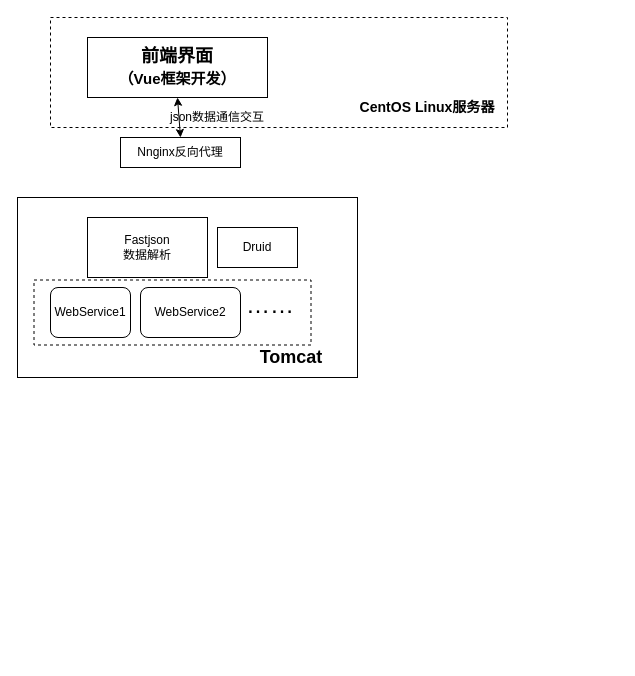
Above: Diagram.drawio in ciky1210/MachineLearning_Ng (draw.io), before the change. Source tidied: cells renumbered, new cells numbered last; positions are measured from the earlier drawing's top-left corner, leaving out a move shared by most shapes. Both pictures are drawn from the tidied source at 100%, with x=0, y=0 at pixel (17, 17).
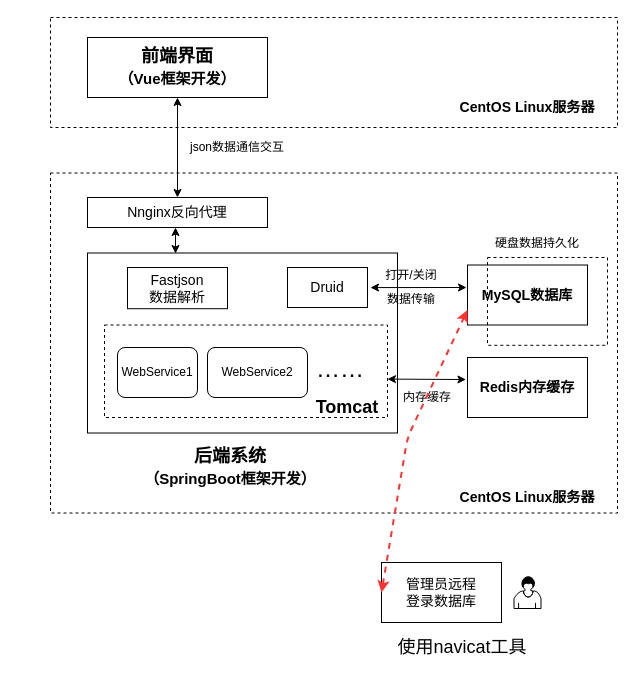
The same diagram, later.

What changed in the source:
```diff
@@
+    <mxCell id="16" style="rounded=0;whiteSpace=wrap;html=1;shadow=0;strokeColor=#000000;strokeWidth=1;fillColor=none;dashed=1;" parent="1" vertex="1">
+      <mxGeometry x="33" y="155.5" width="567" height="340" as="geometry" />
+    </mxCell>
     <mxCell id="2" style="rounded=0;whiteSpace=wrap;html=1;shadow=0;strokeColor=#000000;strokeWidth=1;fillColor=none;dashed=1;" parent="1" vertex="1">
-      <mxGeometry x="33" width="457" height="110" as="geometry" />
+      <mxGeometry x="33" width="567" height="110" as="geometry" />
     </mxCell>
@@
-    <mxCell id="4" value="Nnginx反向代理" style="rounded=0;whiteSpace=wrap;html=1;" parent="1" vertex="1">
-      <mxGeometry x="103" y="120" width="120" height="30" as="geometry" />
+    <mxCell id="4" value="&lt;font style=&quot;font-size: 14px&quot;&gt;Nnginx反向代理&lt;/font&gt;" style="rounded=0;whiteSpace=wrap;html=1;" parent="1" vertex="1">
+      <mxGeometry x="70" y="180" width="180" height="30" as="geometry" />
     </mxCell>
@@
     <mxCell id="6" value="json数据通信交互" style="text;html=1;strokeColor=none;fillColor=none;align=center;verticalAlign=middle;whiteSpace=wrap;rounded=0;" parent="1" vertex="1">
-      <mxGeometry x="150" y="90" width="100" height="20" as="geometry" />
+      <mxGeometry x="170" y="120" width="100" height="20" as="geometry" />
     </mxCell>
     <mxCell id="7" style="rounded=0;whiteSpace=wrap;html=1;" parent="1" vertex="1">
-      <mxGeometry y="180" width="340" height="180" as="geometry" />
+      <mxGeometry x="70" y="235.5" width="310" height="180" as="geometry" />
     </mxCell>
-    <mxCell id="8" value="Fastjson&lt;br&gt;数据解析" style="rounded=0;whiteSpace=wrap;html=1;" parent="1" vertex="1">
-      <mxGeometry x="70" y="200" width="120" height="60" as="geometry" />
+    <mxCell id="8" value="&lt;font style=&quot;font-size: 14px&quot;&gt;Fastjson&lt;br&gt;数据解析&lt;/font&gt;" style="rounded=0;whiteSpace=wrap;html=1;" parent="1" vertex="1">
+      <mxGeometry x="110" y="250" width="100" height="41.2" as="geometry" />
     </mxCell>
-    <mxCell id="9" value="Druid" style="rounded=0;whiteSpace=wrap;html=1;" parent="1" vertex="1">
-      <mxGeometry x="200" y="210" width="80" height="40" as="geometry" />
+    <mxCell id="9" value="&lt;font style=&quot;font-size: 14px&quot;&gt;Druid&lt;/font&gt;" style="rounded=0;whiteSpace=wrap;html=1;" parent="1" vertex="1">
+      <mxGeometry x="270" y="250" width="80" height="40" as="geometry" />
     </mxCell>
     <mxCell id="10" style="whiteSpace=wrap;html=1;dashed=1;" parent="1" vertex="1">
-      <mxGeometry x="16.5" y="262.5" width="277" height="65" as="geometry" />
+      <mxGeometry x="87" y="307.5" width="283" height="92.5" as="geometry" />
     </mxCell>
     <mxCell id="11" value="WebService1" style="rounded=1;whiteSpace=wrap;html=1;" parent="1" vertex="1">
-      <mxGeometry x="33" y="270" width="80" height="50" as="geometry" />
+      <mxGeometry x="100" y="330" width="80" height="50" as="geometry" />
     </mxCell>
     <mxCell id="12" value="WebService2" style="rounded=1;whiteSpace=wrap;html=1;" parent="1" vertex="1">
-      <mxGeometry x="123" y="270" width="100" height="50" as="geometry" />
+      <mxGeometry x="190" y="330" width="100" height="50" as="geometry" />
     </mxCell>
     <mxCell id="13" value="&lt;font style=&quot;font-size: 24px&quot;&gt;……&lt;/font&gt;" style="text;html=1;strokeColor=none;fillColor=none;align=center;verticalAlign=middle;whiteSpace=wrap;rounded=0;" parent="1" vertex="1">
-      <mxGeometry x="233" y="278" width="40" height="20" as="geometry" />
+      <mxGeometry x="303" y="341.5" width="40" height="20" as="geometry" />
     </mxCell>
     <mxCell id="14" value="&lt;b&gt;&lt;font style=&quot;font-size: 18px&quot;&gt;Tomcat&lt;/font&gt;&lt;/b&gt;" style="text;html=1;strokeColor=none;fillColor=none;align=center;verticalAlign=middle;whiteSpace=wrap;rounded=0;shadow=1;dashed=1;opacity=0;" parent="1" vertex="1">
-      <mxGeometry x="253.5" y="330" width="40" height="20" as="geometry" />
+      <mxGeometry x="310" y="380" width="40" height="20" as="geometry" />
     </mxCell>
     <mxCell id="15" value="&lt;h3&gt;CentOS Linux服务器&lt;/h3&gt;" style="text;html=1;strokeColor=none;fillColor=none;align=center;verticalAlign=middle;whiteSpace=wrap;rounded=0;shadow=0;dashed=1;" parent="1" vertex="1">
-      <mxGeometry x="340" y="80" width="140" height="20" as="geometry" />
+      <mxGeometry x="440" y="80" width="140" height="20" as="geometry" />
     </mxCell>
+    <mxCell id="17" value="&lt;h3&gt;CentOS Linux服务器&lt;/h3&gt;" style="text;html=1;strokeColor=none;fillColor=none;align=center;verticalAlign=middle;whiteSpace=wrap;rounded=0;shadow=0;dashed=1;" parent="1" vertex="1">
+      <mxGeometry x="440" y="470" width="140" height="20" as="geometry" />
+    </mxCell>
+    <mxCell id="18" value="&lt;h2&gt;后端系统&lt;br&gt;&lt;font style=&quot;font-size: 15px&quot;&gt;（SpringBoot框架开发）&lt;/font&gt;&lt;/h2&gt;" style="rounded=0;whiteSpace=wrap;html=1;strokeColor=none;" parent="1" vertex="1">
+      <mxGeometry x="123" y="420" width="180" height="60" as="geometry" />
+    </mxCell>
+    <mxCell id="19" style="endArrow=classic;startArrow=classic;html=1;entryX=0.5;entryY=1;entryDx=0;entryDy=0;" parent="1" edge="1">
+      <mxGeometry relative="1" as="geometry">
+        <mxPoint x="158" y="236" as="sourcePoint" />
+        <mxPoint x="158" y="210" as="targetPoint" />
+      </mxGeometry>
+    </mxCell>
+    <mxCell id="20" style="endArrow=classic;startArrow=classic;html=1;" parent="1" edge="1">
+      <mxGeometry relative="1" as="geometry">
+        <mxPoint x="353" y="270.1" as="sourcePoint" />
+        <mxPoint x="449" y="270" as="targetPoint" />
+      </mxGeometry>
+    </mxCell>
+    <mxCell id="21" value="&lt;h3&gt;MySQL数据库&lt;/h3&gt;" style="rounded=0;whiteSpace=wrap;html=1;shadow=0;strokeColor=#000000;strokeWidth=1;fillColor=none;" parent="1" vertex="1">
+      <mxGeometry x="450" y="247.5" width="120" height="60" as="geometry" />
+    </mxCell>
+    <mxCell id="22" value="打开/关闭" style="text;html=1;strokeColor=none;fillColor=none;align=center;verticalAlign=middle;whiteSpace=wrap;rounded=0;shadow=0;" parent="1" vertex="1">
+      <mxGeometry x="363.5" y="248" width="60" height="20" as="geometry" />
+    </mxCell>
+    <mxCell id="23" value="数据传输" style="text;html=1;strokeColor=none;fillColor=none;align=center;verticalAlign=middle;whiteSpace=wrap;rounded=0;shadow=0;" parent="1" vertex="1">
+      <mxGeometry x="364" y="272" width="60" height="20" as="geometry" />
+    </mxCell>
+    <mxCell id="24" style="rounded=0;whiteSpace=wrap;html=1;shadow=0;strokeColor=#000000;strokeWidth=1;fillColor=none;dashed=1;" parent="1" vertex="1">
+      <mxGeometry x="470" y="240" width="120" height="87.8" as="geometry" />
+    </mxCell>
+    <mxCell id="25" value="硬盘数据持久化" style="text;html=1;strokeColor=none;fillColor=none;align=center;verticalAlign=middle;whiteSpace=wrap;rounded=0;shadow=0;dashed=1;" parent="1" vertex="1">
+      <mxGeometry x="470" y="215.5" width="100" height="20" as="geometry" />
+    </mxCell>
+    <mxCell id="26" value="&lt;h3&gt;Redis内存缓存&lt;/h3&gt;" style="rounded=0;whiteSpace=wrap;html=1;shadow=0;strokeColor=#000000;strokeWidth=1;fillColor=none;" parent="1" vertex="1">
+      <mxGeometry x="450" y="340" width="120" height="60" as="geometry" />
+    </mxCell>
+    <mxCell id="27" style="endArrow=classic;startArrow=classic;html=1;entryX=-0.013;entryY=0.367;entryDx=0;entryDy=0;entryPerimeter=0;" parent="1" edge="1" target="26">
+      <mxGeometry relative="1" as="geometry">
+        <mxPoint x="370" y="361.6" as="sourcePoint" />
+      </mxGeometry>
+    </mxCell>
+    <mxCell id="28" value="内存缓存" style="text;html=1;strokeColor=none;fillColor=none;align=center;verticalAlign=middle;whiteSpace=wrap;rounded=0;shadow=0;" parent="1" vertex="1">
+      <mxGeometry x="380" y="370" width="60" height="20" as="geometry" />
+    </mxCell>
+    <mxCell id="29" value="&lt;font style=&quot;font-size: 14px&quot;&gt;管理员远程&lt;br&gt;登录数据库&lt;/font&gt;" style="rounded=0;whiteSpace=wrap;html=1;shadow=0;strokeColor=#000000;strokeWidth=1;fillColor=none;" parent="1" vertex="1">
+      <mxGeometry x="364" y="545" width="120" height="60" as="geometry" />
+    </mxCell>
+    <mxCell id="30" style="shape=mxgraph.bpmn.user_task;html=1;shadow=0;strokeColor=#000000;strokeWidth=1;fillColor=none;" parent="1" vertex="1">
+      <mxGeometry x="496.5" y="559" width="27" height="32" as="geometry" />
+    </mxCell>
+    <mxCell id="31" value="&lt;font style=&quot;font-size: 18px&quot;&gt;使用navicat工具&lt;/font&gt;" style="text;html=1;strokeColor=none;fillColor=none;align=center;verticalAlign=middle;whiteSpace=wrap;rounded=0;shadow=0;" parent="1" vertex="1">
+      <mxGeometry x="370" y="620" width="150" height="20" as="geometry" />
+    </mxCell>
+    <mxCell id="32" style="endArrow=classic;startArrow=classic;html=1;exitX=0;exitY=0.5;exitDx=0;exitDy=0;entryX=0;entryY=0.75;entryDx=0;entryDy=0;strokeColor=#FF3333;dashed=1;strokeWidth=2;" parent="1" edge="1" source="29" target="21">
+      <mxGeometry relative="1" as="geometry">
+        <Array as="points">
+          <mxPoint x="390" y="420" />
+        </Array>
+      </mxGeometry>
+    </mxCell>
```
